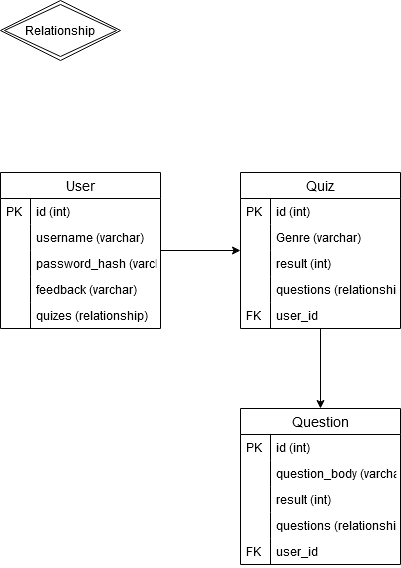
This is resources/Game Quiz database Schema.png from Tonyguo0/CITS3403-Project-2, a draw.io export, as it was before one commit. Source tidied: cells renumbered, new cells last; positions are measured from the earlier drawing's top-left corner, leaving out a move shared by most shapes.
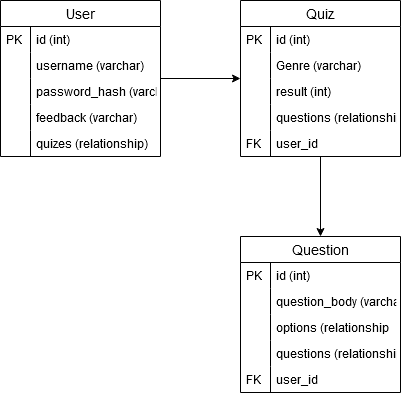
After the commit.

The edit, as a diff of the source:
```diff
@@ -2,9 +2,6 @@
   <root>
     <mxCell id="0" />
     <mxCell id="1" parent="0" />
-    <mxCell id="2" value="Relationship" style="shape=rhombus;double=1;perimeter=rhombusPerimeter;whiteSpace=wrap;html=1;align=center;" parent="1" vertex="1">
-      <mxGeometry width="120" height="60" as="geometry" />
-    </mxCell>
     <mxCell id="3" style="edgeStyle=orthogonalEdgeStyle;rounded=0;jettySize=auto;html=1;" parent="1" edge="1" source="4" target="16">
       <mxGeometry relative="1" as="geometry" />
     </mxCell>
@@ -92,7 +89,7 @@
     <mxCell id="31" style="shape=partialRectangle;top=0;left=0;bottom=0;fillColor=none;align=left;verticalAlign=top;spacingLeft=4;spacingRight=4;overflow=hidden;fontSize=12;" parent="30" vertex="1">
       <mxGeometry width="30" height="26" as="geometry" />
     </mxCell>
-    <mxCell id="32" value="result (int)" style="shape=partialRectangle;top=0;left=0;right=0;bottom=0;align=left;verticalAlign=top;fillColor=none;spacingLeft=34;spacingRight=4;overflow=hidden;fontSize=12;" parent="27" vertex="1">
+    <mxCell id="32" value="options (relationship" style="shape=partialRectangle;top=0;left=0;right=0;bottom=0;align=left;verticalAlign=top;fillColor=none;spacingLeft=34;spacingRight=4;overflow=hidden;fontSize=12;" parent="27" vertex="1">
       <mxGeometry y="78" width="160" height="26" as="geometry" />
     </mxCell>
     <mxCell id="33" style="shape=partialRectangle;top=0;left=0;bottom=0;fillColor=none;align=left;verticalAlign=top;spacingLeft=4;spacingRight=4;overflow=hidden;fontSize=12;" parent="32" vertex="1">
```
